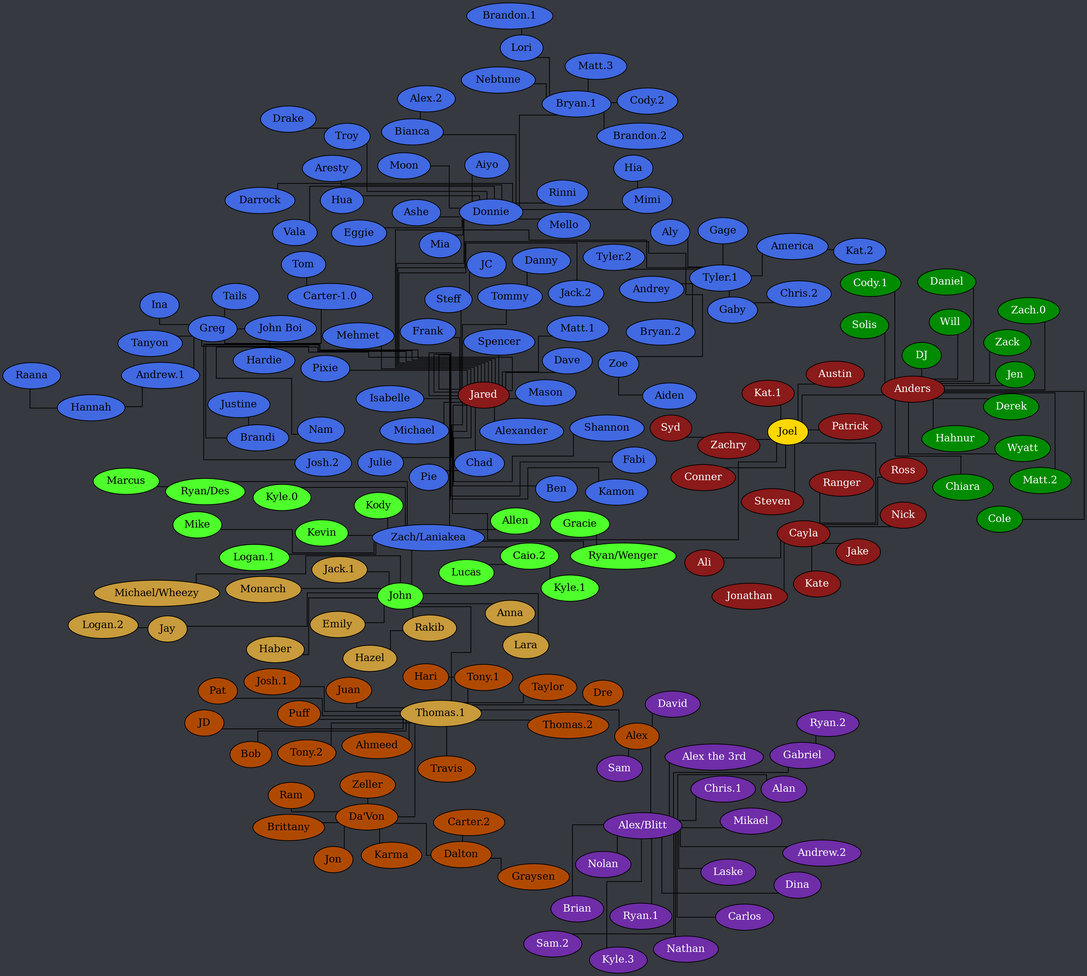
This is tree.png from Documidas/CoronaCatzFamilyTree, a Graphviz export, as it was before one commit. Its source is kept beside it as tree.dot.
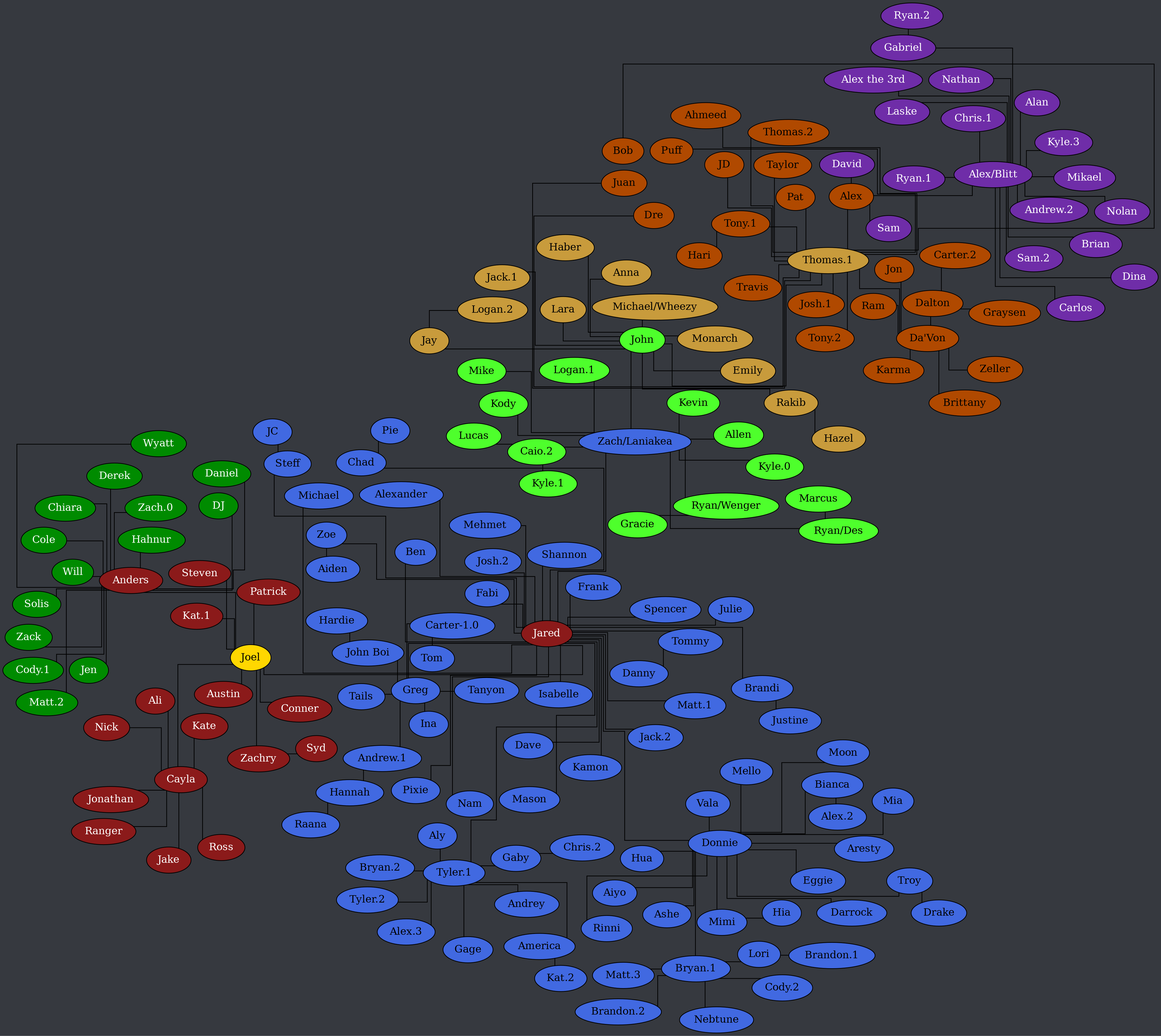
After the change.

Change to the diagram source:
```diff
@@ -124,6 +124,7 @@
 		Tommy -- Danny;
 		Troy -- Drake;
 		"Tyler.1" -- Aly;
+		"Tyler.1" -- "Alex.3";
 		"Tyler.1" -- America;
 		"Tyler.1" -- Andrey;
 		"Tyler.1" -- "Bryan.2";
```
